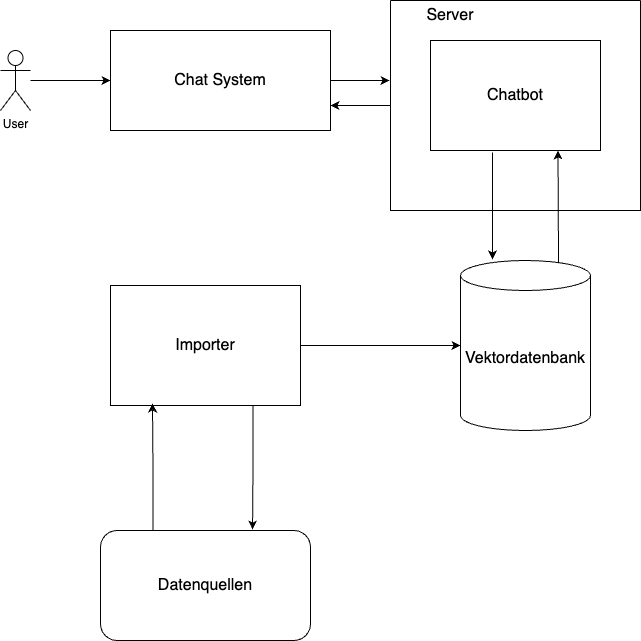
Earlier version of the draw.io export thesis/figures/architecture.png (traum3rei/LLM-Chatbot-BA-Arbeit). Source tidied: cells renumbered, new cells last; positions are measured from the earlier drawing's top-left corner, leaving out a move shared by most shapes.
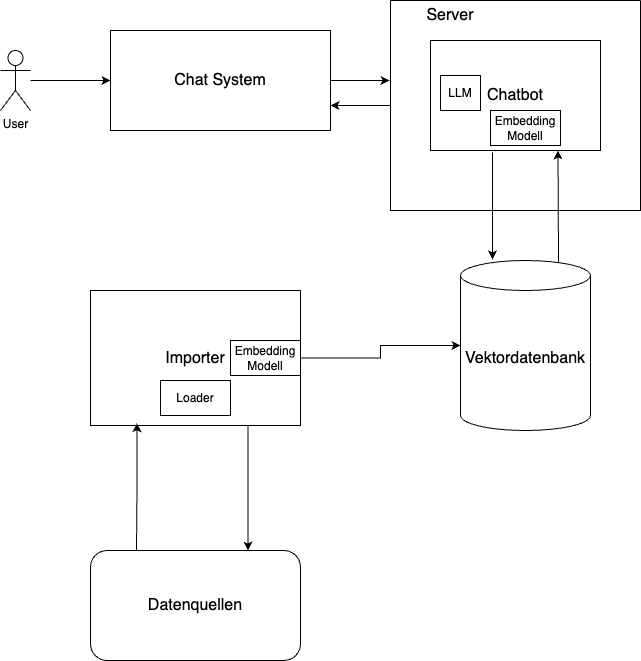
After the commit.

What changed in the source:
```diff
@@ -20,6 +20,12 @@
     <mxCell id="7" value="Server" style="text;html=1;align=center;verticalAlign=middle;whiteSpace=wrap;rounded=0;fontSize=16;" parent="5" vertex="1">
       <mxGeometry x="30" width="60" height="30" as="geometry" />
     </mxCell>
+    <mxCell id="18" value="Embedding Modell" style="rounded=0;whiteSpace=wrap;html=1;" parent="5" vertex="1">
+      <mxGeometry x="100" y="110" width="70" height="35" as="geometry" />
+    </mxCell>
+    <mxCell id="19" value="LLM" style="rounded=0;whiteSpace=wrap;html=1;" parent="5" vertex="1">
+      <mxGeometry x="50" y="75" width="40" height="35" as="geometry" />
+    </mxCell>
     <mxCell id="8" style="edgeStyle=orthogonalEdgeStyle;rounded=0;jettySize=auto;html=1;" parent="1" edge="1" source="9" target="13">
       <mxGeometry relative="1" as="geometry" />
     </mxCell>
@@ -30,10 +36,10 @@
       <mxGeometry relative="1" as="geometry" />
     </mxCell>
     <mxCell id="11" value="&lt;font style=&quot;font-size: 16px;&quot;&gt;Importer&lt;/font&gt;" style="rounded=0;whiteSpace=wrap;html=1;" parent="1" vertex="1">
-      <mxGeometry x="110" y="285" width="190" height="120" as="geometry" />
+      <mxGeometry x="90" y="290" width="210" height="135" as="geometry" />
     </mxCell>
     <mxCell id="12" value="&lt;font style=&quot;font-size: 16px;&quot;&gt;Datenquellen&lt;/font&gt;" style="rounded=1;whiteSpace=wrap;html=1;" parent="1" vertex="1">
-      <mxGeometry x="100" y="530" width="210" height="110" as="geometry" />
+      <mxGeometry x="90" y="550" width="210" height="110" as="geometry" />
     </mxCell>
     <mxCell id="13" value="&lt;font style=&quot;font-size: 16px;&quot;&gt;Chat System&lt;/font&gt;" style="rounded=0;whiteSpace=wrap;html=1;" parent="1" vertex="1">
       <mxGeometry x="110" y="30" width="220" height="100" as="geometry" />
@@ -46,11 +52,19 @@
         <mxPoint x="492" y="152" as="sourcePoint" />
       </mxGeometry>
     </mxCell>
-    <mxCell id="16" style="edgeStyle=orthogonalEdgeStyle;rounded=0;jettySize=auto;html=1;exitX=0.25;exitY=0;exitDx=0;exitDy=0;entryX=0.221;entryY=0.983;entryDx=0;entryDy=0;entryPerimeter=0;" parent="1" edge="1" source="12" target="11">
-      <mxGeometry relative="1" as="geometry" />
+    <mxCell id="16" style="edgeStyle=orthogonalEdgeStyle;rounded=0;jettySize=auto;html=1;entryX=0.221;entryY=0.983;entryDx=0;entryDy=0;entryPerimeter=0;" parent="1" edge="1" target="11">
+      <mxGeometry relative="1" as="geometry">
+        <mxPoint x="136" y="550" as="sourcePoint" />
+      </mxGeometry>
     </mxCell>
-    <mxCell id="17" style="edgeStyle=orthogonalEdgeStyle;rounded=0;jettySize=auto;html=1;exitX=0.75;exitY=1;exitDx=0;exitDy=0;entryX=0.724;entryY=-0.009;entryDx=0;entryDy=0;entryPerimeter=0;" parent="1" edge="1" source="11" target="12">
+    <mxCell id="17" style="edgeStyle=orthogonalEdgeStyle;rounded=0;jettySize=auto;html=1;exitX=0.75;exitY=1;exitDx=0;exitDy=0;entryX=0.75;entryY=0;entryDx=0;entryDy=0;" parent="1" edge="1" source="11" target="12">
       <mxGeometry relative="1" as="geometry" />
     </mxCell>
+    <mxCell id="20" value="Loader" style="rounded=0;whiteSpace=wrap;html=1;" parent="1" vertex="1">
+      <mxGeometry x="160" y="380" width="70" height="35" as="geometry" />
+    </mxCell>
+    <mxCell id="21" value="Embedding Modell" style="rounded=0;whiteSpace=wrap;html=1;" parent="1" vertex="1">
+      <mxGeometry x="230" y="340" width="70" height="35" as="geometry" />
+    </mxCell>
   </root>
 </mxGraphModel>
```
